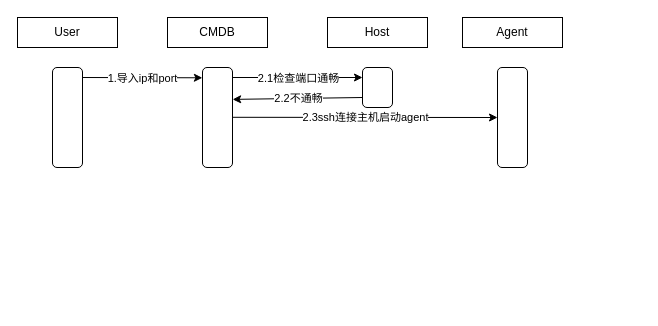
Earlier version of the draw.io diagram 运维平台架构图.drawio (katechun/draw.io). Source tidied: cells renumbered, new cells numbered last; positions are measured from the earlier drawing's top-left corner, leaving out a move shared by most shapes. Both pictures are drawn from the tidied source at 100%, with x=0, y=0 at pixel (17, 17).
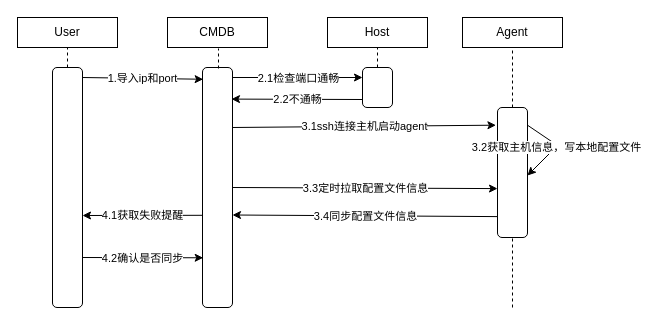
The same page after the edit.

Commit message (it also covers changes not shown here):
Update 运维平台架构图.drawio

The edit, as a diff of the source:
```diff
@@
+    <mxCell id="18" style="group;" parent="1" vertex="1">
+      <mxGeometry width="545" height="290" as="geometry" />
+    </mxCell>
-    <mxCell id="2" value="User" style="rounded=0;whiteSpace=wrap;html=1;shadow=0;glass=0;sketch=0;" parent="1" vertex="1">
+    <mxCell id="2" value="User" style="rounded=0;whiteSpace=wrap;html=1;shadow=0;glass=0;sketch=0;" parent="18" vertex="1">
       <mxGeometry width="100" height="30" as="geometry" />
     </mxCell>
-    <mxCell id="3" value="CMDB" style="rounded=0;whiteSpace=wrap;html=1;shadow=0;glass=0;sketch=0;" parent="1" vertex="1">
+    <mxCell id="3" value="CMDB" style="rounded=0;whiteSpace=wrap;html=1;shadow=0;glass=0;sketch=0;" parent="18" vertex="1">
       <mxGeometry x="150" width="100" height="30" as="geometry" />
     </mxCell>
-    <mxCell id="4" value="Host" style="rounded=0;whiteSpace=wrap;html=1;shadow=0;glass=0;sketch=0;" parent="1" vertex="1">
+    <mxCell id="4" value="Host" style="rounded=0;whiteSpace=wrap;html=1;shadow=0;glass=0;sketch=0;" parent="18" vertex="1">
       <mxGeometry x="310" width="100" height="30" as="geometry" />
     </mxCell>
-    <mxCell id="5" style="rounded=1;whiteSpace=wrap;html=1;shadow=0;glass=0;sketch=0;" parent="1" vertex="1">
-      <mxGeometry x="35" y="50" width="30" height="100" as="geometry" />
+    <mxCell id="5" style="rounded=1;whiteSpace=wrap;html=1;shadow=0;glass=0;sketch=0;" parent="18" vertex="1">
+      <mxGeometry x="35" y="50" width="30" height="240" as="geometry" />
     </mxCell>
-    <mxCell id="6" style="rounded=1;whiteSpace=wrap;html=1;shadow=0;glass=0;sketch=0;" parent="1" vertex="1">
-      <mxGeometry x="185" y="50" width="30" height="100" as="geometry" />
+    <mxCell id="6" style="rounded=1;whiteSpace=wrap;html=1;shadow=0;glass=0;sketch=0;" parent="18" vertex="1">
+      <mxGeometry x="185" y="50" width="30" height="240" as="geometry" />
     </mxCell>
-    <mxCell id="7" style="endArrow=classic;html=1;rounded=0;entryX=-0.004;entryY=0.103;entryDx=0;entryDy=0;entryPerimeter=0;" parent="1" edge="1" target="6">
+    <mxCell id="7" style="endArrow=classic;html=1;rounded=0;entryX=0.022;entryY=0.049;entryDx=0;entryDy=0;entryPerimeter=0;" parent="18" edge="1" target="6">
       <mxGeometry relative="1" as="geometry">
         <mxPoint x="65" y="60" as="sourcePoint" />
       </mxGeometry>
     </mxCell>
@@
-    <mxCell id="9" style="endArrow=classic;html=1;rounded=0;entryX=0;entryY=0.25;entryDx=0;entryDy=0;" parent="1" edge="1" target="11">
+    <mxCell id="9" style="endArrow=classic;html=1;rounded=0;entryX=0;entryY=0.25;entryDx=0;entryDy=0;" parent="18" edge="1" target="11">
       <mxGeometry relative="1" as="geometry">
         <mxPoint x="215" y="60" as="sourcePoint" />
       </mxGeometry>
     </mxCell>
@@
-    <mxCell id="11" style="rounded=1;whiteSpace=wrap;html=1;shadow=0;glass=0;sketch=0;" parent="1" vertex="1">
+    <mxCell id="11" style="rounded=1;whiteSpace=wrap;html=1;shadow=0;glass=0;sketch=0;" parent="18" vertex="1">
       <mxGeometry x="345" y="50" width="30" height="40" as="geometry" />
     </mxCell>
-    <mxCell id="12" style="endArrow=classic;html=1;rounded=0;entryX=1.005;entryY=0.319;entryDx=0;entryDy=0;entryPerimeter=0;exitX=0;exitY=0.75;exitDx=0;exitDy=0;" parent="1" edge="1" source="11" target="6">
-      <mxGeometry relative="1" as="geometry" />
+    <mxCell id="12" style="endArrow=classic;html=1;rounded=0;entryX=0.967;entryY=0.141;entryDx=0;entryDy=0;entryPerimeter=0;exitX=0;exitY=0.75;exitDx=0;exitDy=0;" parent="18" edge="1">
+      <mxGeometry relative="1" as="geometry">
+        <mxPoint x="345" y="82" as="sourcePoint" />
+        <mxPoint x="214" y="81.6" as="targetPoint" />
+      </mxGeometry>
     </mxCell>
@@
-    <mxCell id="14" style="endArrow=classic;html=1;rounded=0;entryX=0;entryY=0.5;entryDx=0;entryDy=0;" parent="1" edge="1" target="17">
-      <mxGeometry relative="1" as="geometry">
-        <mxPoint x="215" y="99.8" as="sourcePoint" />
-      </mxGeometry>
+    <mxCell id="14" style="endArrow=classic;html=1;rounded=0;entryX=-0.052;entryY=0.136;entryDx=0;entryDy=0;entryPerimeter=0;exitX=1;exitY=0.25;exitDx=0;exitDy=0;" parent="18" edge="1" source="6" target="17">
+      <mxGeometry relative="1" as="geometry" />
     </mxCell>
-    <mxCell id="15" value="2.3ssh连接主机启动agent" style="edgeLabel;html=1;align=center;verticalAlign=middle;rounded=0;shadow=0;glass=0;sketch=0;" parent="14" vertex="1">
+    <mxCell id="15" value="3.1ssh连接主机启动agent" style="edgeLabel;html=1;align=center;verticalAlign=middle;rounded=0;shadow=0;glass=0;sketch=0;" parent="14" vertex="1">
       <mxGeometry relative="1" as="geometry" />
     </mxCell>
-    <mxCell id="16" value="Agent" style="rounded=0;whiteSpace=wrap;html=1;shadow=0;glass=0;sketch=0;" parent="1" vertex="1">
+    <mxCell id="16" value="Agent" style="rounded=0;whiteSpace=wrap;html=1;shadow=0;glass=0;sketch=0;" parent="18" vertex="1">
       <mxGeometry x="445" width="100" height="30" as="geometry" />
     </mxCell>
-    <mxCell id="17" style="rounded=1;whiteSpace=wrap;html=1;shadow=0;glass=0;sketch=0;" parent="1" vertex="1">
-      <mxGeometry x="480" y="50" width="30" height="100" as="geometry" />
+    <mxCell id="17" style="rounded=1;whiteSpace=wrap;html=1;shadow=0;glass=0;sketch=0;" parent="18" vertex="1">
+      <mxGeometry x="480" y="90" width="30" height="130" as="geometry" />
     </mxCell>
+    <mxCell id="19" style="endArrow=classic;html=1;rounded=0;" parent="18" edge="1">
+      <mxGeometry relative="1" as="geometry">
+        <mxPoint x="510" y="107.7" as="sourcePoint" />
+        <mxPoint x="510" y="158" as="targetPoint" />
+        <Array as="points">
+          <mxPoint x="540" y="128" />
+        </Array>
+      </mxGeometry>
+    </mxCell>
+    <mxCell id="20" value="3.2获取主机信息，写本地配置文件" style="edgeLabel;html=1;align=center;verticalAlign=middle;rounded=0;shadow=0;glass=0;sketch=0;" parent="19" vertex="1">
+      <mxGeometry relative="1" as="geometry" />
+    </mxCell>
+    <mxCell id="21" style="endArrow=classic;html=1;rounded=0;entryX=-0.052;entryY=0.136;entryDx=0;entryDy=0;entryPerimeter=0;exitX=1;exitY=0.5;exitDx=0;exitDy=0;" parent="18" edge="1" source="6">
+      <mxGeometry relative="1" as="geometry">
+        <mxPoint x="480" y="171.1" as="targetPoint" />
+      </mxGeometry>
+    </mxCell>
+    <mxCell id="22" value="3.3定时拉取配置文件信息" style="edgeLabel;html=1;align=center;verticalAlign=middle;rounded=0;shadow=0;glass=0;sketch=0;" parent="21" vertex="1">
+      <mxGeometry relative="1" as="geometry" />
+    </mxCell>
+    <mxCell id="23" style="endArrow=classic;html=1;rounded=0;entryX=1;entryY=0.75;entryDx=0;entryDy=0;exitX=-0.015;exitY=0.916;exitDx=0;exitDy=0;exitPerimeter=0;" parent="18" edge="1">
+      <mxGeometry relative="1" as="geometry">
+        <mxPoint x="479.6" y="199.1" as="sourcePoint" />
+        <mxPoint x="215" y="197.5" as="targetPoint" />
+      </mxGeometry>
+    </mxCell>
+    <mxCell id="24" value="3.4同步配置文件信息" style="edgeLabel;html=1;align=center;verticalAlign=middle;rounded=0;shadow=0;glass=0;sketch=0;" parent="23" vertex="1">
+      <mxGeometry relative="1" as="geometry" />
+    </mxCell>
+    <mxCell id="25" style="endArrow=classic;html=1;rounded=0;entryX=0.022;entryY=0.049;entryDx=0;entryDy=0;entryPerimeter=0;" parent="18" edge="1">
+      <mxGeometry relative="1" as="geometry">
+        <mxPoint x="65" y="240" as="sourcePoint" />
+        <mxPoint x="185.7" y="240.3" as="targetPoint" />
+      </mxGeometry>
+    </mxCell>
+    <mxCell id="26" value="4.2确认是否同步" style="edgeLabel;html=1;align=center;verticalAlign=middle;rounded=0;shadow=0;glass=0;sketch=0;" parent="25" vertex="1">
+      <mxGeometry relative="1" as="geometry" />
+    </mxCell>
+    <mxCell id="27" style="endArrow=classic;html=1;rounded=0;entryX=1;entryY=0.75;entryDx=0;entryDy=0;exitX=-0.008;exitY=0.624;exitDx=0;exitDy=0;exitPerimeter=0;" parent="18" edge="1">
+      <mxGeometry relative="1" as="geometry">
+        <mxPoint x="184.8" y="197.8" as="sourcePoint" />
+        <mxPoint x="65" y="198" as="targetPoint" />
+      </mxGeometry>
+    </mxCell>
+    <mxCell id="28" value="4.1获取失败提醒" style="edgeLabel;html=1;align=center;verticalAlign=middle;rounded=0;shadow=0;glass=0;sketch=0;" parent="27" vertex="1">
+      <mxGeometry relative="1" as="geometry" />
+    </mxCell>
+    <mxCell id="29" style="endArrow=none;dashed=1;html=1;rounded=0;entryX=0.5;entryY=1;entryDx=0;entryDy=0;" parent="18" edge="1" source="5" target="2">
+      <mxGeometry relative="1" as="geometry" />
+    </mxCell>
+    <mxCell id="30" style="endArrow=none;dashed=1;html=1;rounded=0;entryX=0.5;entryY=1;entryDx=0;entryDy=0;" parent="18" edge="1">
+      <mxGeometry relative="1" as="geometry">
+        <mxPoint x="201" y="51" as="sourcePoint" />
+        <mxPoint x="201" y="31" as="targetPoint" />
+      </mxGeometry>
+    </mxCell>
+    <mxCell id="31" style="endArrow=none;dashed=1;html=1;rounded=0;entryX=0.5;entryY=1;entryDx=0;entryDy=0;" parent="18" edge="1">
+      <mxGeometry relative="1" as="geometry">
+        <mxPoint x="360" y="50" as="sourcePoint" />
+        <mxPoint x="360" y="30" as="targetPoint" />
+      </mxGeometry>
+    </mxCell>
+    <mxCell id="32" style="endArrow=none;dashed=1;html=1;rounded=0;exitX=0.5;exitY=0;exitDx=0;exitDy=0;" parent="18" edge="1" source="17">
+      <mxGeometry relative="1" as="geometry">
+        <mxPoint x="495" y="30" as="targetPoint" />
+      </mxGeometry>
+    </mxCell>
+    <mxCell id="33" style="endArrow=none;dashed=1;html=1;rounded=0;entryX=0.5;entryY=1;entryDx=0;entryDy=0;" parent="18" edge="1" target="17">
+      <mxGeometry relative="1" as="geometry">
+        <mxPoint x="495" y="290" as="sourcePoint" />
+      </mxGeometry>
+    </mxCell>
```
